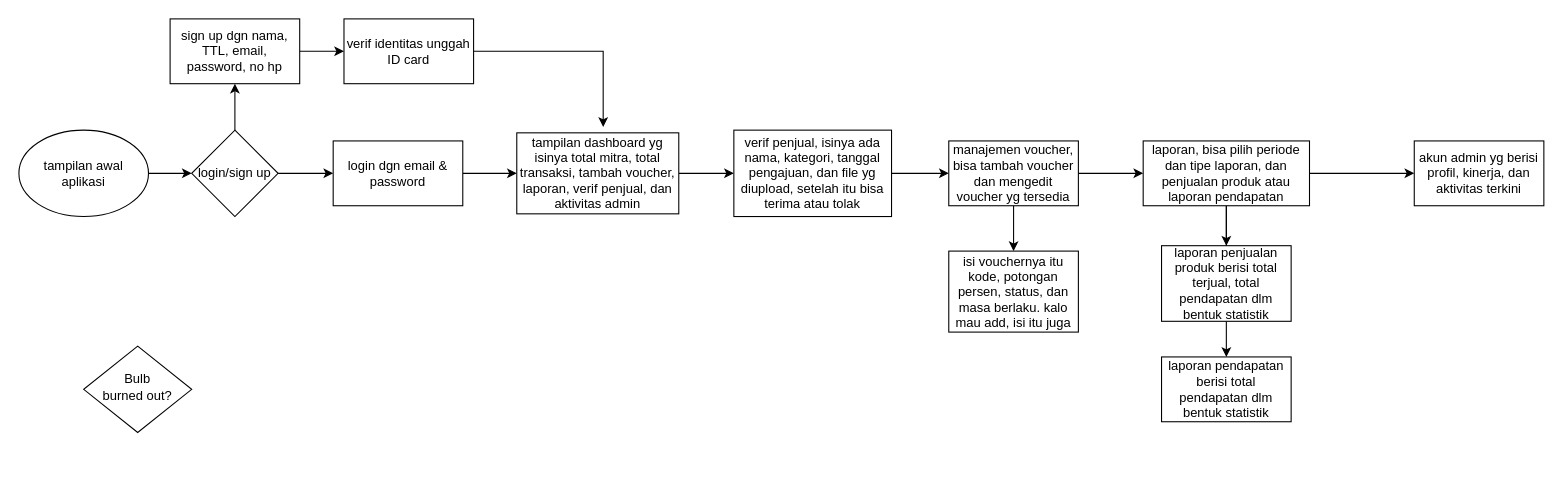
farr4/DDP-SI6 keeps this draw.io diagram as Diagram Tanpa Judul.drawio. Above is the earlier version. Source tidied: cells renumbered, new cells numbered last; positions are measured from the earlier drawing's top-left corner, leaving out a move shared by most shapes. Both pictures are drawn from the tidied source at 108%, with x=0, y=0 at pixel (18, 18).
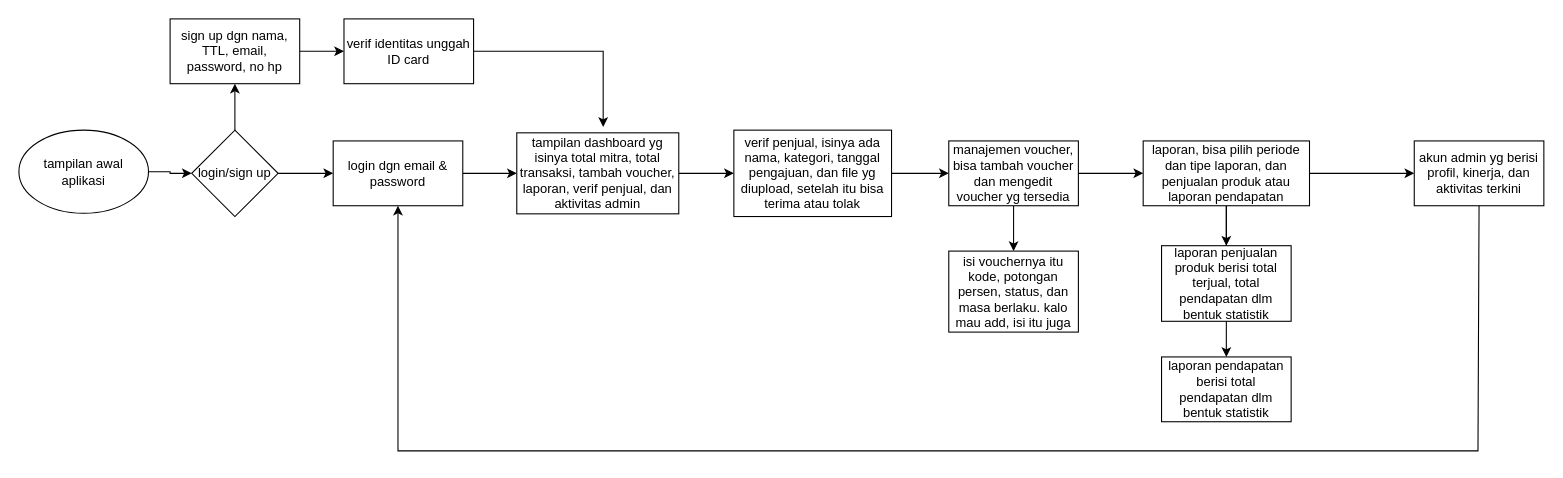
The same diagram, later.

Commit message:
user flow admin 2

Unchanged cells that the change refers to:
```xml
<mxCell id="11" value="login dgn email &amp;amp; password" style="whiteSpace=wrap;html=1;" parent="1" vertex="1">
  <mxGeometry x="291" y="113" width="120" height="60" as="geometry" />
</mxCell>
<mxCell id="27" value="akun admin yg berisi profil, kinerja, dan aktivitas terkini" style="whiteSpace=wrap;html=1;" parent="1" vertex="1">
  <mxGeometry x="1292" y="113" width="120" height="60" as="geometry" />
</mxCell>
```

Diff of the diagram source:
```diff
@@
-    <mxCell id="2" value="Bulb&lt;br&gt;burned out?" style="rhombus;whiteSpace=wrap;html=1;shadow=0;fontFamily=Helvetica;fontSize=12;align=center;strokeWidth=1;spacing=6;spacingTop=-4;" parent="1" vertex="1">
-      <mxGeometry x="60" y="303" width="100" height="80" as="geometry" />
-    </mxCell>
@@
     <mxCell id="4" value="tampilan awal&lt;div&gt;aplikasi&lt;/div&gt;" style="ellipse;whiteSpace=wrap;html=1;" parent="1" vertex="1">
-      <mxGeometry y="103" width="120" height="80" as="geometry" />
+      <mxGeometry y="103" width="120" height="77" as="geometry" />
     </mxCell>
@@
+    <mxCell id="29" style="endArrow=classic;html=1;rounded=0;entryX=0.5;entryY=1;entryDx=0;entryDy=0;exitX=0.5;exitY=1;exitDx=0;exitDy=0;" parent="1" edge="1" source="27" target="11">
+      <mxGeometry relative="1" as="geometry">
+        <Array as="points">
+          <mxPoint x="1351" y="400" />
+          <mxPoint x="351" y="400" />
+        </Array>
+      </mxGeometry>
+    </mxCell>
```
